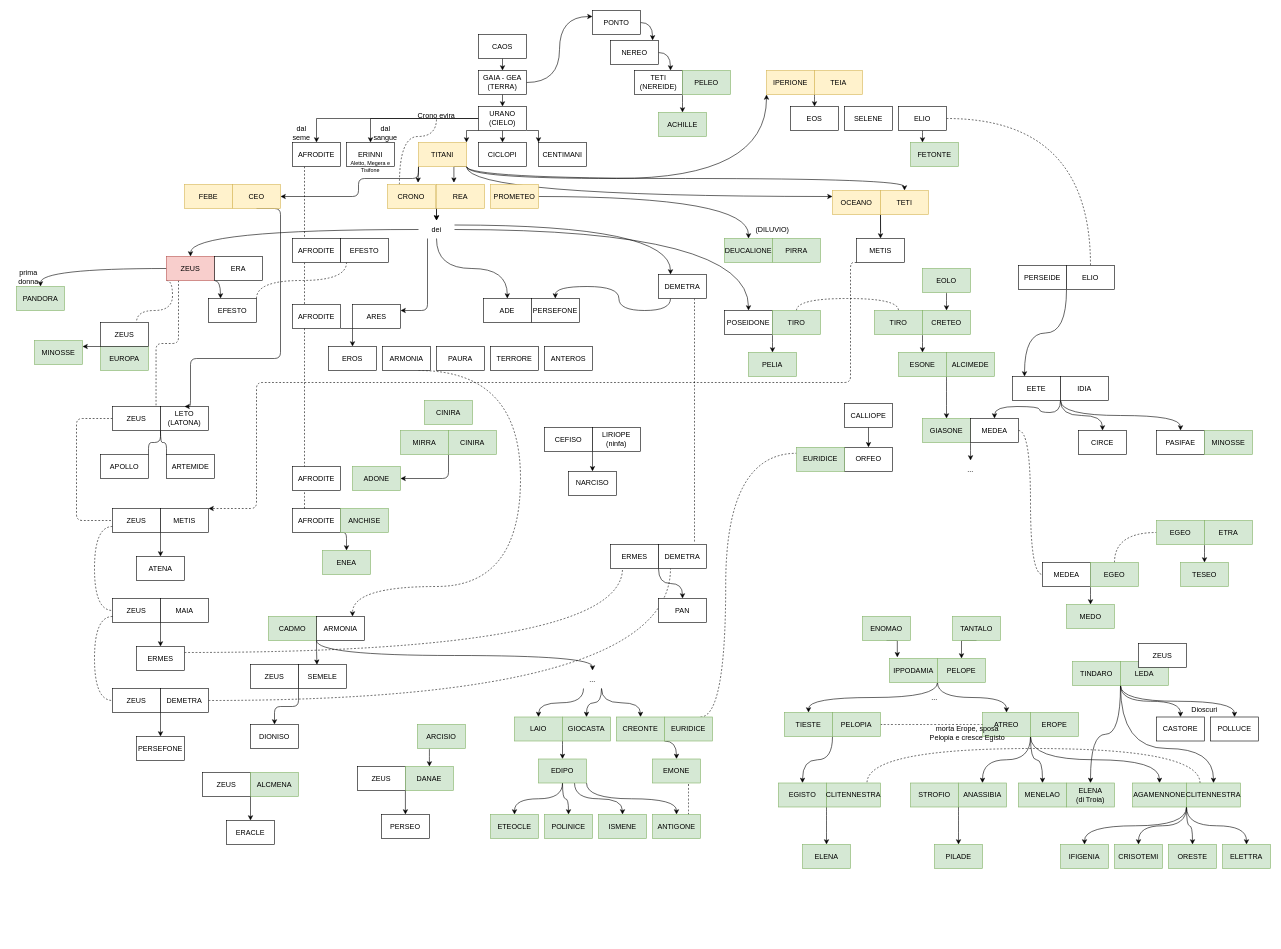
Before: miti.drawio in tcaru/diagrams, a draw.io diagram. Source tidied: cells renumbered, new cells numbered last; positions are measured from the earlier drawing's top-left corner, leaving out a move shared by most shapes. Both pictures are drawn from the tidied source at 60%, with x=0, y=0 at pixel (10, 10).
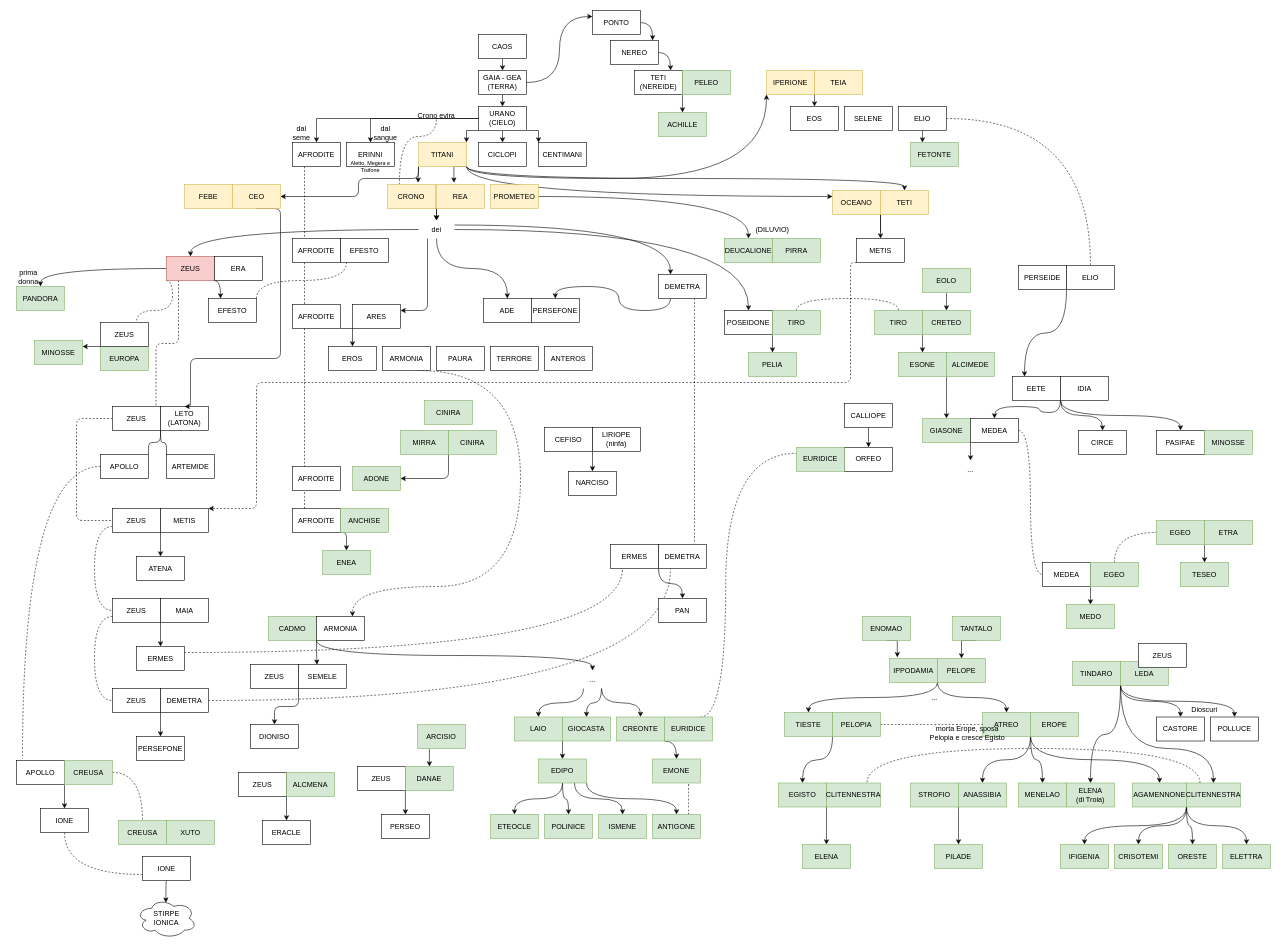
The same diagram, later.

Unchanged cells that the change refers to:
```xml
<mxCell id="92" value="APOLLO" style="rounded=0;whiteSpace=wrap;html=1;" parent="1" vertex="1">
  <mxGeometry x="150" y="740" width="80" height="40" as="geometry" />
</mxCell>
```

Change to the diagram source:
```diff
@@
+    <mxCell id="279" style="edgeStyle=orthogonalEdgeStyle;jettySize=auto;html=1;exitX=0;exitY=0.5;exitDx=0;exitDy=0;entryX=0.125;entryY=-0.075;entryDx=0;entryDy=0;entryPerimeter=0;curved=1;dashed=1;endArrow=none;endFill=0;" parent="1" edge="1" source="92" target="280">
+      <mxGeometry relative="1" as="geometry" />
+    </mxCell>
@@
     <mxCell id="148" value="ZEUS" style="rounded=0;whiteSpace=wrap;html=1;" parent="1" vertex="1">
-      <mxGeometry x="320" y="1270" width="80" height="40" as="geometry" />
+      <mxGeometry x="380" y="1270" width="80" height="40" as="geometry" />
     </mxCell>
     <mxCell id="149" value="ALCMENA" style="rounded=0;whiteSpace=wrap;html=1;fillColor=#d5e8d4;strokeColor=#82b366;" parent="1" vertex="1">
-      <mxGeometry x="400" y="1270" width="80" height="40" as="geometry" />
+      <mxGeometry x="460" y="1270" width="80" height="40" as="geometry" />
     </mxCell>
@@
     <mxCell id="151" value="ERACLE" style="rounded=0;whiteSpace=wrap;html=1;" parent="1" vertex="1">
-      <mxGeometry x="360" y="1350" width="80" height="40" as="geometry" />
+      <mxGeometry x="420" y="1350" width="80" height="40" as="geometry" />
     </mxCell>
@@
+    <mxCell id="280" value="APOLLO" style="rounded=0;whiteSpace=wrap;html=1;" parent="1" vertex="1">
+      <mxGeometry x="10" y="1250" width="80" height="40" as="geometry" />
+    </mxCell>
+    <mxCell id="281" style="edgeStyle=orthogonalEdgeStyle;rounded=0;jettySize=auto;html=1;exitX=0;exitY=1;exitDx=0;exitDy=0;entryX=0.5;entryY=0;entryDx=0;entryDy=0;" parent="1" edge="1" source="283" target="285">
+      <mxGeometry relative="1" as="geometry" />
+    </mxCell>
+    <mxCell id="282" style="edgeStyle=orthogonalEdgeStyle;curved=1;jettySize=auto;html=1;exitX=1;exitY=0.5;exitDx=0;exitDy=0;entryX=0.5;entryY=0;entryDx=0;entryDy=0;dashed=1;endArrow=none;endFill=0;" parent="1" edge="1" source="283" target="286">
+      <mxGeometry relative="1" as="geometry" />
+    </mxCell>
+    <mxCell id="283" value="CREUSA" style="rounded=0;whiteSpace=wrap;html=1;fillColor=#d5e8d4;strokeColor=#82b366;" parent="1" vertex="1">
+      <mxGeometry x="90" y="1250" width="80" height="40" as="geometry" />
+    </mxCell>
+    <mxCell id="284" style="edgeStyle=orthogonalEdgeStyle;curved=1;jettySize=auto;html=1;exitX=0.5;exitY=1;exitDx=0;exitDy=0;entryX=0;entryY=0.75;entryDx=0;entryDy=0;dashed=1;endArrow=none;endFill=0;" parent="1" edge="1" source="285" target="289">
+      <mxGeometry relative="1" as="geometry" />
+    </mxCell>
+    <mxCell id="285" value="IONE" style="rounded=0;whiteSpace=wrap;html=1;" parent="1" vertex="1">
+      <mxGeometry x="50" y="1330" width="80" height="40" as="geometry" />
+    </mxCell>
+    <mxCell id="286" value="CREUSA" style="rounded=0;whiteSpace=wrap;html=1;fillColor=#d5e8d4;strokeColor=#82b366;" parent="1" vertex="1">
+      <mxGeometry x="180" y="1350" width="80" height="40" as="geometry" />
+    </mxCell>
+    <mxCell id="287" value="XUTO" style="rounded=0;whiteSpace=wrap;html=1;fillColor=#d5e8d4;strokeColor=#82b366;" parent="1" vertex="1">
+      <mxGeometry x="260" y="1350" width="80" height="40" as="geometry" />
+    </mxCell>
+    <mxCell id="288" style="edgeStyle=orthogonalEdgeStyle;curved=1;jettySize=auto;html=1;exitX=0.5;exitY=1;exitDx=0;exitDy=0;entryX=0.49;entryY=0.106;entryDx=0;entryDy=0;entryPerimeter=0;endArrow=classic;endFill=1;" parent="1" edge="1" source="289" target="290">
+      <mxGeometry relative="1" as="geometry" />
+    </mxCell>
+    <mxCell id="289" value="IONE" style="rounded=0;whiteSpace=wrap;html=1;" parent="1" vertex="1">
+      <mxGeometry x="220" y="1410" width="80" height="40" as="geometry" />
+    </mxCell>
+    <mxCell id="290" value="STIRPE&lt;br&gt;IONICA" style="ellipse;shape=cloud;whiteSpace=wrap;html=1;" parent="1" vertex="1">
+      <mxGeometry x="210" y="1480" width="100" height="66" as="geometry" />
+    </mxCell>
```
